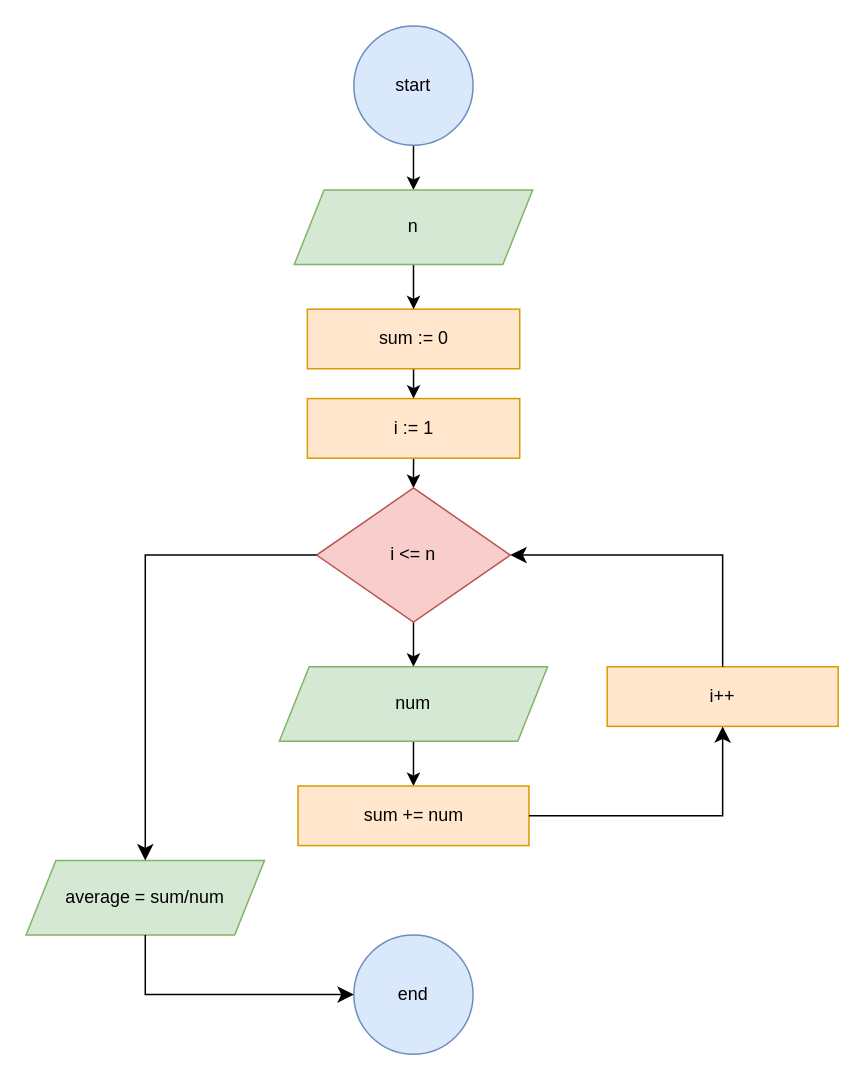
Above: homeworks/shahrzad/04-loops/03-homework-average-of-n-numbers/average-of-n-numbers.drawio in ma-ahmadi1989/golang-training-3 (draw.io), before the change. Source tidied: cells renumbered, new cells numbered last; positions are measured from the earlier drawing's top-left corner, leaving out a move shared by most shapes. Both pictures are drawn from the tidied source at 149%, with x=0, y=0 at pixel (25, 25).
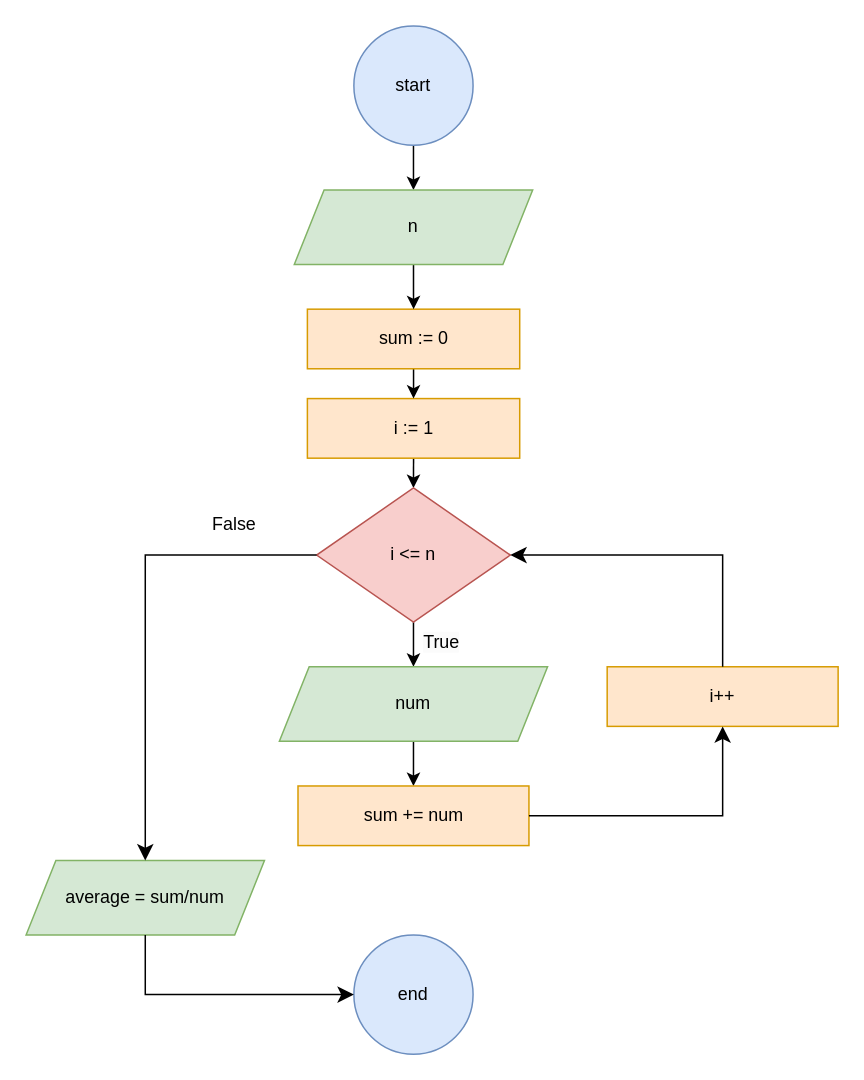
The same page after the edit.

Commit message:
Add missing True/False labels to existing branches in flowchart

Labeled existing decision branches in the average calculation flowchart with "True" and "False" to improve clarity.

What changed in the source:
```diff
@@
+    <mxCell id="22" value="False" style="text;strokeColor=none;align=center;fillColor=none;html=1;verticalAlign=middle;whiteSpace=wrap;rounded=0;" parent="1" vertex="1">
+      <mxGeometry x="110" y="320" width="60" height="30" as="geometry" />
+    </mxCell>
+    <mxCell id="23" value="&lt;span style=&quot;color: rgb(0, 0, 0); font-family: Helvetica; font-size: 12px; font-style: normal; font-variant-ligatures: normal; font-variant-caps: normal; font-weight: 400; letter-spacing: normal; orphans: 2; text-align: center; text-indent: 0px; text-transform: none; widows: 2; word-spacing: 0px; -webkit-text-stroke-width: 0px; white-space: normal; background-color: rgb(251, 251, 251); text-decoration-thickness: initial; text-decoration-style: initial; text-decoration-color: initial; float: none; display: inline !important;&quot;&gt;True&lt;/span&gt;" style="text;whiteSpace=wrap;html=1;" parent="1" vertex="1">
+      <mxGeometry x="265" y="400" width="60" height="40" as="geometry" />
+    </mxCell>
```
